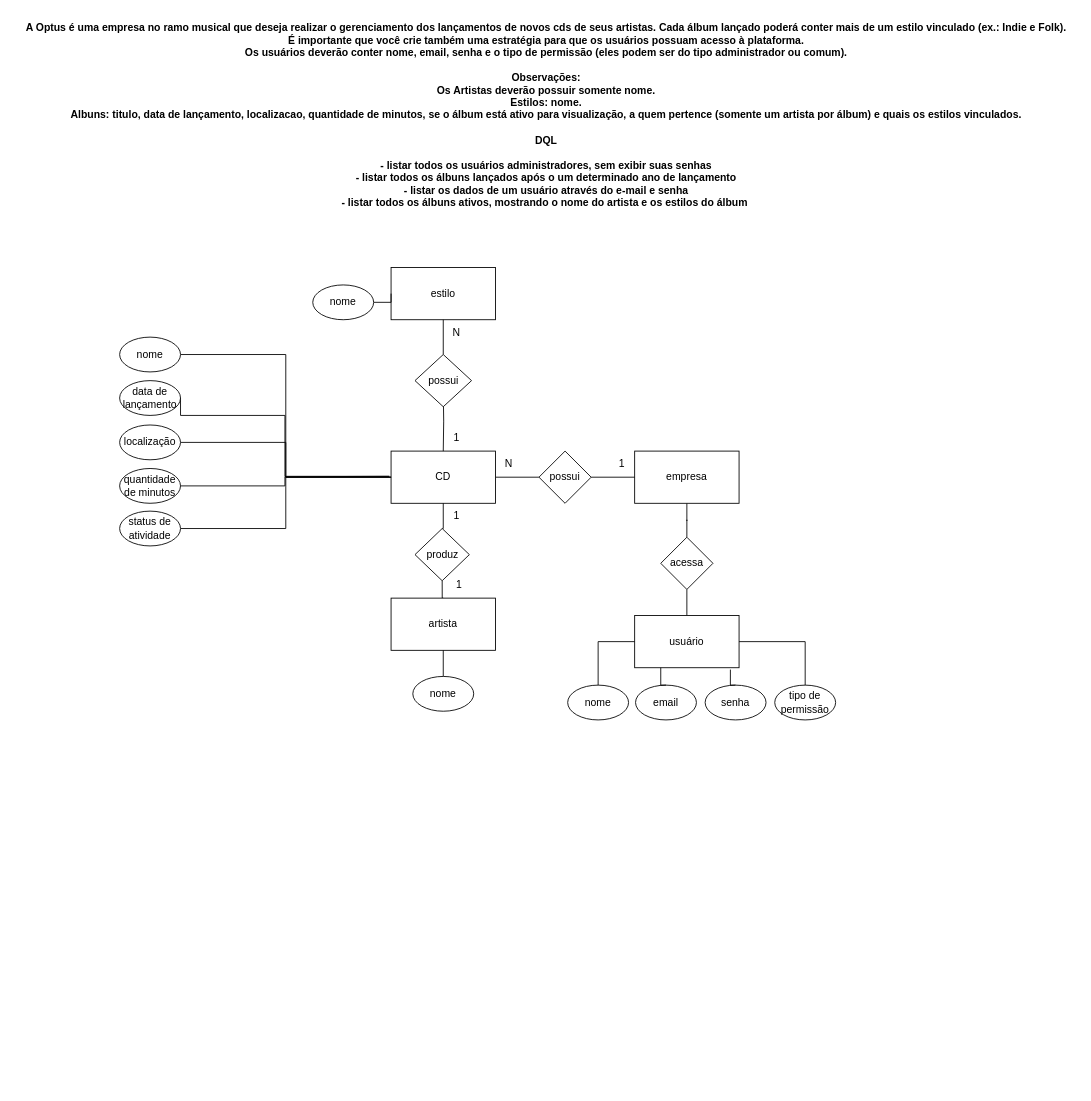
The draw.io diagram 25.07/1.4/1.4 optus.drawio in juliaathar/2DM-senai-sprint1-BD, before the edit. Source tidied: cells renumbered, new cells numbered last; positions are measured from the earlier drawing's top-left corner, leaving out a move shared by most shapes. Both pictures are drawn from the tidied source at 87%, with x=0, y=0 at pixel (15, 15).
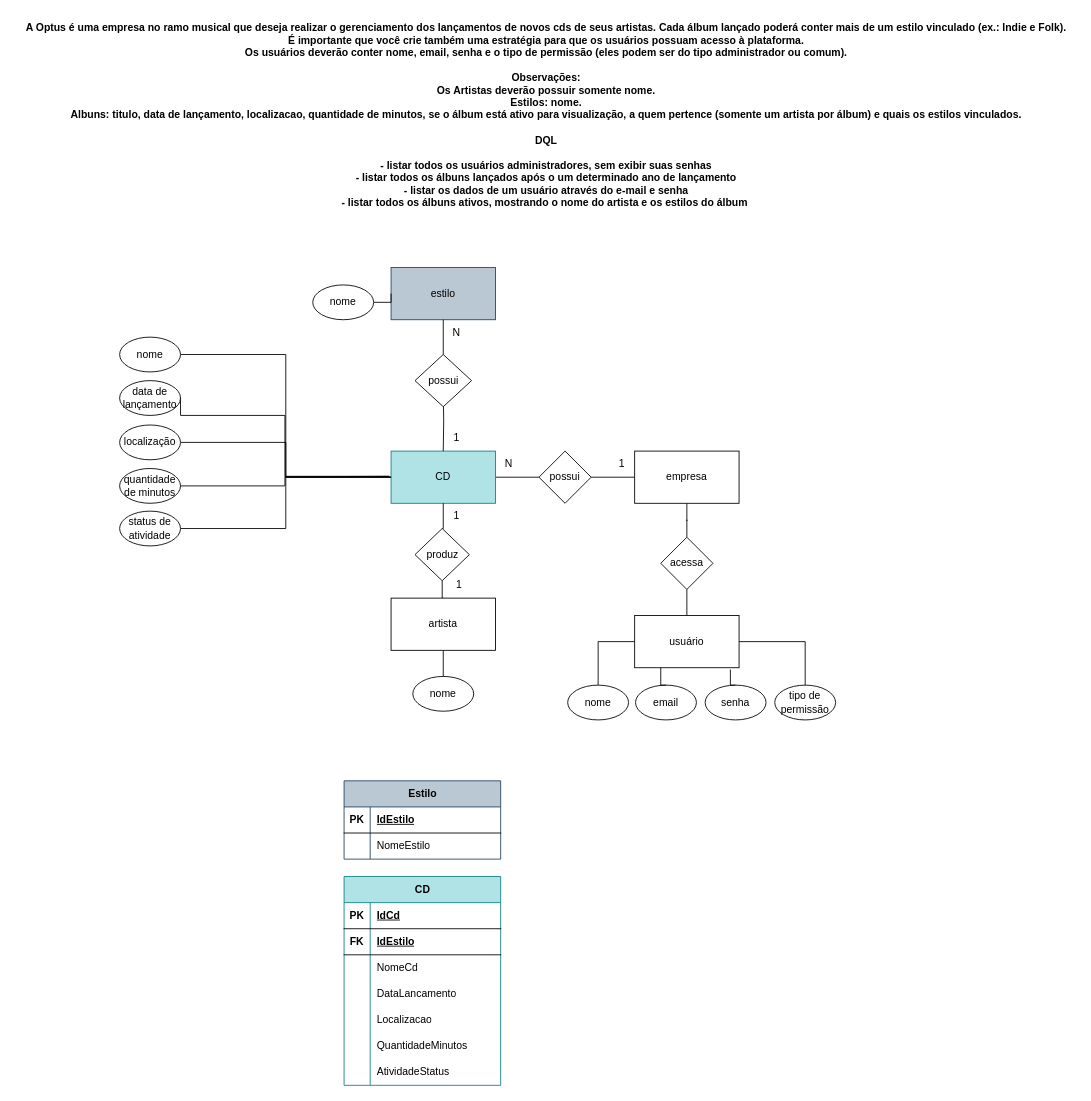
Above is the later version.

Change to the diagram source:
```diff
@@
-    <mxCell id="8" value="CD" style="rounded=0;whiteSpace=wrap;html=1;" parent="1" vertex="1">
+    <mxCell id="8" value="CD" style="rounded=0;whiteSpace=wrap;html=1;fillColor=#b0e3e6;strokeColor=#0e8088;" parent="1" vertex="1">
       <mxGeometry x="432" y="501" width="120" height="60" as="geometry" />
     </mxCell>
@@
-    <mxCell id="10" value="estilo" style="rounded=0;whiteSpace=wrap;html=1;" parent="1" vertex="1">
+    <mxCell id="10" value="estilo" style="rounded=0;whiteSpace=wrap;html=1;fillColor=#bac8d3;strokeColor=#23445d;" parent="1" vertex="1">
       <mxGeometry x="432" y="290" width="120" height="60" as="geometry" />
     </mxCell>
@@
+    <mxCell id="49" value="Estilo" style="shape=table;startSize=30;childLayout=tableLayout;rowLines=0;fontStyle=1;align=center;html=1;fillColor=#bac8d3;strokeColor=#23445d;" parent="1" vertex="1">
+      <mxGeometry x="378" y="880" width="180" height="90" as="geometry" />
+    </mxCell>
+    <mxCell id="50" style="shape=tableRow;horizontal=0;startSize=0;swimlaneHead=0;swimlaneBody=0;fillColor=none;top=0;left=0;right=0;bottom=1;" parent="49" vertex="1">
+      <mxGeometry y="30" width="180" height="30" as="geometry" />
+    </mxCell>
+    <mxCell id="51" value="PK" style="shape=partialRectangle;fillColor=none;top=0;left=0;bottom=0;right=0;fontStyle=1;overflow=hidden;whiteSpace=wrap;html=1;" parent="50" vertex="1">
+      <mxGeometry width="30" height="30" as="geometry" />
+    </mxCell>
+    <mxCell id="52" value="IdEstilo" style="shape=partialRectangle;fillColor=none;top=0;left=0;bottom=0;right=0;align=left;spacingLeft=6;fontStyle=5;overflow=hidden;whiteSpace=wrap;html=1;" parent="50" vertex="1">
+      <mxGeometry x="30" width="150" height="30" as="geometry" />
+    </mxCell>
+    <mxCell id="53" style="shape=tableRow;horizontal=0;startSize=0;swimlaneHead=0;swimlaneBody=0;fillColor=none;top=0;left=0;right=0;bottom=0;" parent="49" vertex="1">
+      <mxGeometry y="60" width="180" height="30" as="geometry" />
+    </mxCell>
+    <mxCell id="54" style="shape=partialRectangle;fillColor=none;top=0;left=0;bottom=0;right=0;overflow=hidden;whiteSpace=wrap;html=1;" parent="53" vertex="1">
+      <mxGeometry width="30" height="30" as="geometry" />
+    </mxCell>
+    <mxCell id="55" value="NomeEstilo" style="shape=partialRectangle;fillColor=none;top=0;left=0;bottom=0;right=0;align=left;spacingLeft=6;overflow=hidden;whiteSpace=wrap;html=1;" parent="53" vertex="1">
+      <mxGeometry x="30" width="150" height="30" as="geometry" />
+    </mxCell>
+    <mxCell id="56" value="CD" style="shape=table;startSize=30;childLayout=tableLayout;rowLines=0;fontStyle=1;align=center;html=1;fillColor=#b0e3e6;strokeColor=#0e8088;" parent="1" vertex="1">
+      <mxGeometry x="378" y="990" width="180" height="240" as="geometry" />
+    </mxCell>
+    <mxCell id="57" style="shape=tableRow;horizontal=0;startSize=0;swimlaneHead=0;swimlaneBody=0;fillColor=none;top=0;left=0;right=0;bottom=1;" parent="56" vertex="1">
+      <mxGeometry y="30" width="180" height="30" as="geometry" />
+    </mxCell>
+    <mxCell id="58" value="PK" style="shape=partialRectangle;fillColor=none;top=0;left=0;bottom=0;right=0;fontStyle=1;overflow=hidden;whiteSpace=wrap;html=1;" parent="57" vertex="1">
+      <mxGeometry width="30" height="30" as="geometry" />
+    </mxCell>
+    <mxCell id="59" value="IdCd" style="shape=partialRectangle;fillColor=none;top=0;left=0;bottom=0;right=0;align=left;spacingLeft=6;fontStyle=5;overflow=hidden;whiteSpace=wrap;html=1;" parent="57" vertex="1">
+      <mxGeometry x="30" width="150" height="30" as="geometry" />
+    </mxCell>
+    <mxCell id="60" style="shape=tableRow;horizontal=0;startSize=0;swimlaneHead=0;swimlaneBody=0;fillColor=none;top=0;left=0;right=0;bottom=1;" parent="56" vertex="1">
+      <mxGeometry y="60" width="180" height="30" as="geometry" />
+    </mxCell>
+    <mxCell id="61" value="FK" style="shape=partialRectangle;fillColor=none;top=0;left=0;bottom=0;right=0;fontStyle=1;overflow=hidden;whiteSpace=wrap;html=1;" parent="60" vertex="1">
+      <mxGeometry width="30" height="30" as="geometry" />
+    </mxCell>
+    <mxCell id="62" value="IdEstilo" style="shape=partialRectangle;fillColor=none;top=0;left=0;bottom=0;right=0;align=left;spacingLeft=6;fontStyle=5;overflow=hidden;whiteSpace=wrap;html=1;" parent="60" vertex="1">
+      <mxGeometry x="30" width="150" height="30" as="geometry" />
+    </mxCell>
+    <mxCell id="63" style="shape=tableRow;horizontal=0;startSize=0;swimlaneHead=0;swimlaneBody=0;fillColor=none;top=0;left=0;right=0;bottom=0;" parent="56" vertex="1">
+      <mxGeometry y="90" width="180" height="30" as="geometry" />
+    </mxCell>
+    <mxCell id="64" style="shape=partialRectangle;fillColor=none;top=0;left=0;bottom=0;right=0;overflow=hidden;whiteSpace=wrap;html=1;" parent="63" vertex="1">
+      <mxGeometry width="30" height="30" as="geometry" />
+    </mxCell>
+    <mxCell id="65" value="NomeCd" style="shape=partialRectangle;fillColor=none;top=0;left=0;bottom=0;right=0;align=left;spacingLeft=6;overflow=hidden;whiteSpace=wrap;html=1;" parent="63" vertex="1">
+      <mxGeometry x="30" width="150" height="30" as="geometry" />
+    </mxCell>
+    <mxCell id="66" style="shape=tableRow;horizontal=0;startSize=0;swimlaneHead=0;swimlaneBody=0;fillColor=none;top=0;left=0;right=0;bottom=0;" parent="56" vertex="1">
+      <mxGeometry y="120" width="180" height="30" as="geometry" />
+    </mxCell>
+    <mxCell id="67" style="shape=partialRectangle;fillColor=none;top=0;left=0;bottom=0;right=0;overflow=hidden;whiteSpace=wrap;html=1;" parent="66" vertex="1">
+      <mxGeometry width="30" height="30" as="geometry" />
+    </mxCell>
+    <mxCell id="68" value="DataLancamento" style="shape=partialRectangle;fillColor=none;top=0;left=0;bottom=0;right=0;align=left;spacingLeft=6;overflow=hidden;whiteSpace=wrap;html=1;" parent="66" vertex="1">
+      <mxGeometry x="30" width="150" height="30" as="geometry" />
+    </mxCell>
+    <mxCell id="69" style="shape=tableRow;horizontal=0;startSize=0;swimlaneHead=0;swimlaneBody=0;fillColor=none;top=0;left=0;right=0;bottom=0;" parent="56" vertex="1">
+      <mxGeometry y="150" width="180" height="30" as="geometry" />
+    </mxCell>
+    <mxCell id="70" style="shape=partialRectangle;fillColor=none;top=0;left=0;bottom=0;right=0;overflow=hidden;whiteSpace=wrap;html=1;" parent="69" vertex="1">
+      <mxGeometry width="30" height="30" as="geometry" />
+    </mxCell>
+    <mxCell id="71" value="Localizacao" style="shape=partialRectangle;fillColor=none;top=0;left=0;bottom=0;right=0;align=left;spacingLeft=6;overflow=hidden;whiteSpace=wrap;html=1;" parent="69" vertex="1">
+      <mxGeometry x="30" width="150" height="30" as="geometry" />
+    </mxCell>
+    <mxCell id="72" style="shape=tableRow;horizontal=0;startSize=0;swimlaneHead=0;swimlaneBody=0;fillColor=none;top=0;left=0;right=0;bottom=0;" parent="56" vertex="1">
+      <mxGeometry y="180" width="180" height="30" as="geometry" />
+    </mxCell>
+    <mxCell id="73" style="shape=partialRectangle;fillColor=none;top=0;left=0;bottom=0;right=0;overflow=hidden;whiteSpace=wrap;html=1;" parent="72" vertex="1">
+      <mxGeometry width="30" height="30" as="geometry" />
+    </mxCell>
+    <mxCell id="74" value="QuantidadeMinutos" style="shape=partialRectangle;fillColor=none;top=0;left=0;bottom=0;right=0;align=left;spacingLeft=6;overflow=hidden;whiteSpace=wrap;html=1;" parent="72" vertex="1">
+      <mxGeometry x="30" width="150" height="30" as="geometry" />
+    </mxCell>
+    <mxCell id="75" style="shape=tableRow;horizontal=0;startSize=0;swimlaneHead=0;swimlaneBody=0;fillColor=none;top=0;left=0;right=0;bottom=0;" parent="56" vertex="1">
+      <mxGeometry y="210" width="180" height="30" as="geometry" />
+    </mxCell>
+    <mxCell id="76" style="shape=partialRectangle;fillColor=none;top=0;left=0;bottom=0;right=0;overflow=hidden;whiteSpace=wrap;html=1;" parent="75" vertex="1">
+      <mxGeometry width="30" height="30" as="geometry" />
+    </mxCell>
+    <mxCell id="77" value="AtividadeStatus" style="shape=partialRectangle;fillColor=none;top=0;left=0;bottom=0;right=0;align=left;spacingLeft=6;overflow=hidden;whiteSpace=wrap;html=1;" parent="75" vertex="1">
+      <mxGeometry x="30" width="150" height="30" as="geometry" />
+    </mxCell>
```
